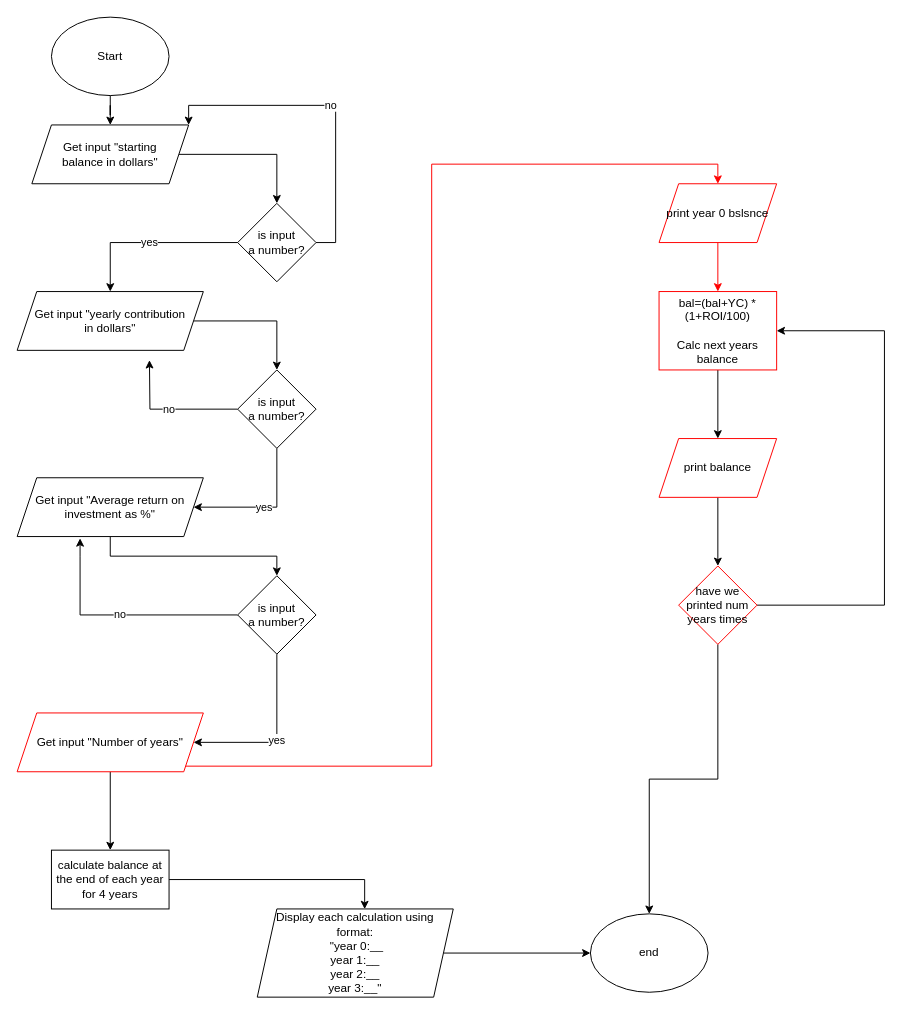
This is AdvPsuedoFlow.drawio from WilsonTalentCenter/advpseudoflow-pk2000isd, a draw.io file, before an edit. Source tidied: cells renumbered, new cells numbered last; positions are measured from the earlier drawing's top-left corner, leaving out a move shared by most shapes. Both pictures are drawn from the tidied source at 98%, with x=0, y=0 at pixel (17, 17).
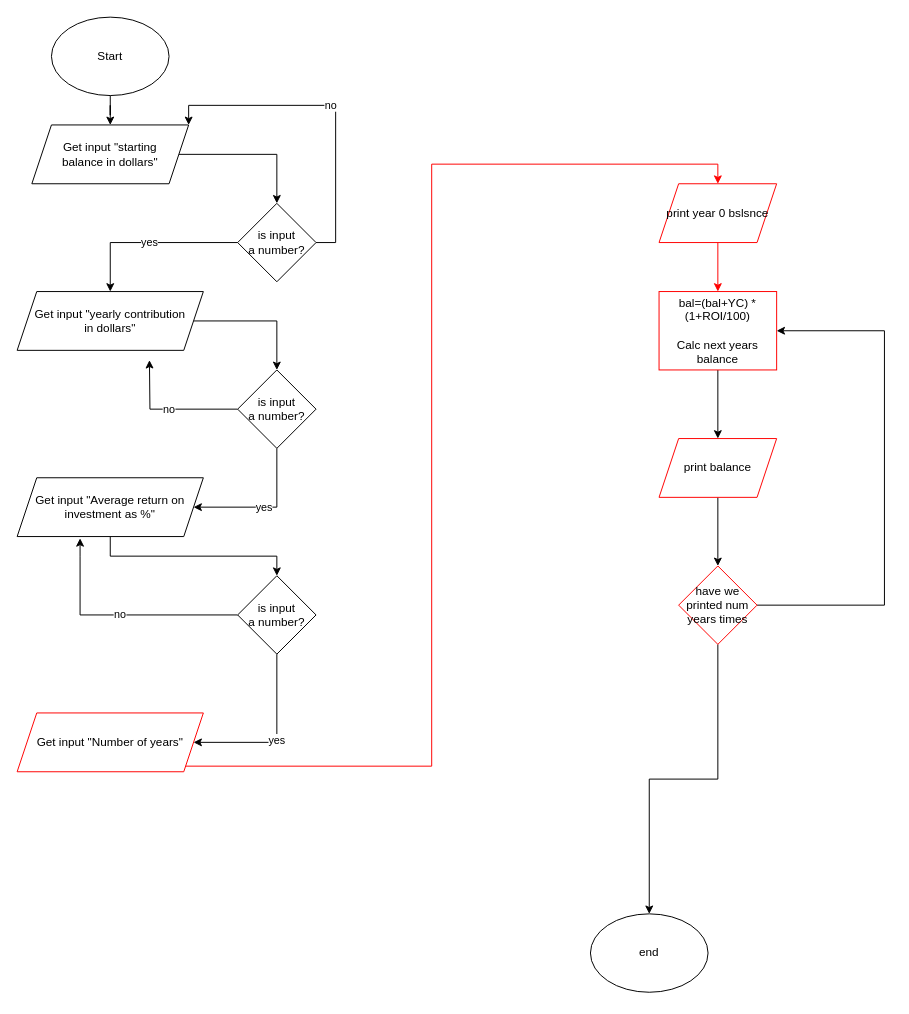
The same page after the edit.

The change refers to these unchanged cells:
```xml
<mxCell id="11" value="Get input &quot;Number of years&quot;" style="shape=parallelogram;perimeter=parallelogramPerimeter;whiteSpace=wrap;html=1;fixedSize=1;strokeColor=#FF0000;" parent="1" vertex="1">
  <mxGeometry y="710" width="190" height="60" as="geometry" />
</mxCell>
<mxCell id="25" value="end" style="ellipse;whiteSpace=wrap;html=1;" parent="1" vertex="1">
  <mxGeometry x="585" y="915" width="120" height="80" as="geometry" />
</mxCell>
```

Diff of the diagram source:
```diff
@@
-    <mxCell id="10" style="edgeStyle=orthogonalEdgeStyle;rounded=0;jettySize=auto;html=1;entryX=0.5;entryY=0;entryDx=0;entryDy=0;" parent="1" edge="1" source="11" target="22">
-      <mxGeometry relative="1" as="geometry" />
-    </mxCell>
@@
-    <mxCell id="21" style="edgeStyle=orthogonalEdgeStyle;rounded=0;jettySize=auto;html=1;entryX=0.548;entryY=0.002;entryDx=0;entryDy=0;entryPerimeter=0;" parent="1" edge="1" source="22" target="24">
-      <mxGeometry relative="1" as="geometry" />
-    </mxCell>
-    <mxCell id="22" value="calculate balance at the end of each year for 4 years" style="rounded=0;whiteSpace=wrap;html=1;" parent="1" vertex="1">
-      <mxGeometry x="35" y="850" width="120" height="60" as="geometry" />
-    </mxCell>
-    <mxCell id="23" style="edgeStyle=orthogonalEdgeStyle;rounded=0;jettySize=auto;html=1;entryX=0;entryY=0.5;entryDx=0;entryDy=0;" parent="1" edge="1" source="24" target="25">
-      <mxGeometry relative="1" as="geometry" />
-    </mxCell>
-    <mxCell id="24" value="Display each calculation using format:&lt;br&gt;&amp;nbsp;&quot;year 0:__ &lt;br&gt;year 1:__ &lt;br&gt;year 2:__ &lt;br&gt;year 3:__&quot;" style="shape=parallelogram;perimeter=parallelogramPerimeter;whiteSpace=wrap;html=1;fixedSize=1;" parent="1" vertex="1">
-      <mxGeometry x="245" y="910" width="200" height="90" as="geometry" />
-    </mxCell>
```
